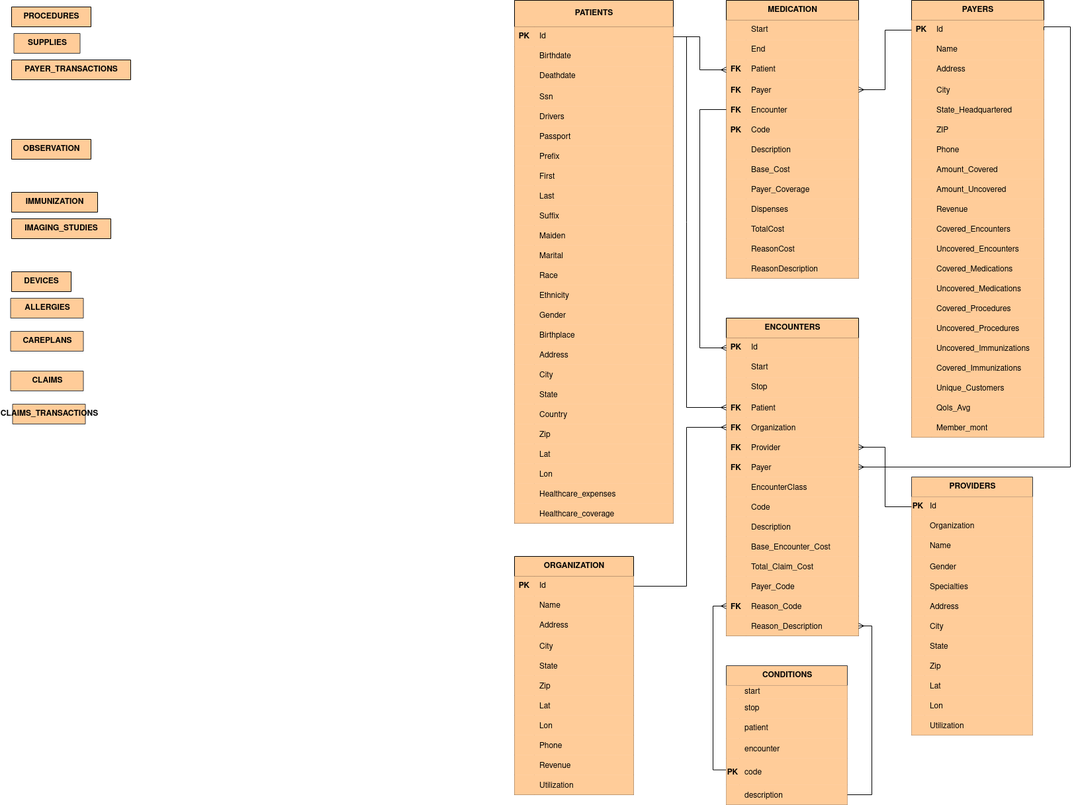
Earlier version of the draw.io export BigDataProject.drawio.png (UtsuroNoArashi/BigDataProject). Source tidied: cells renumbered, new cells last; positions are measured from the earlier drawing's top-left corner, leaving out a move shared by most shapes.
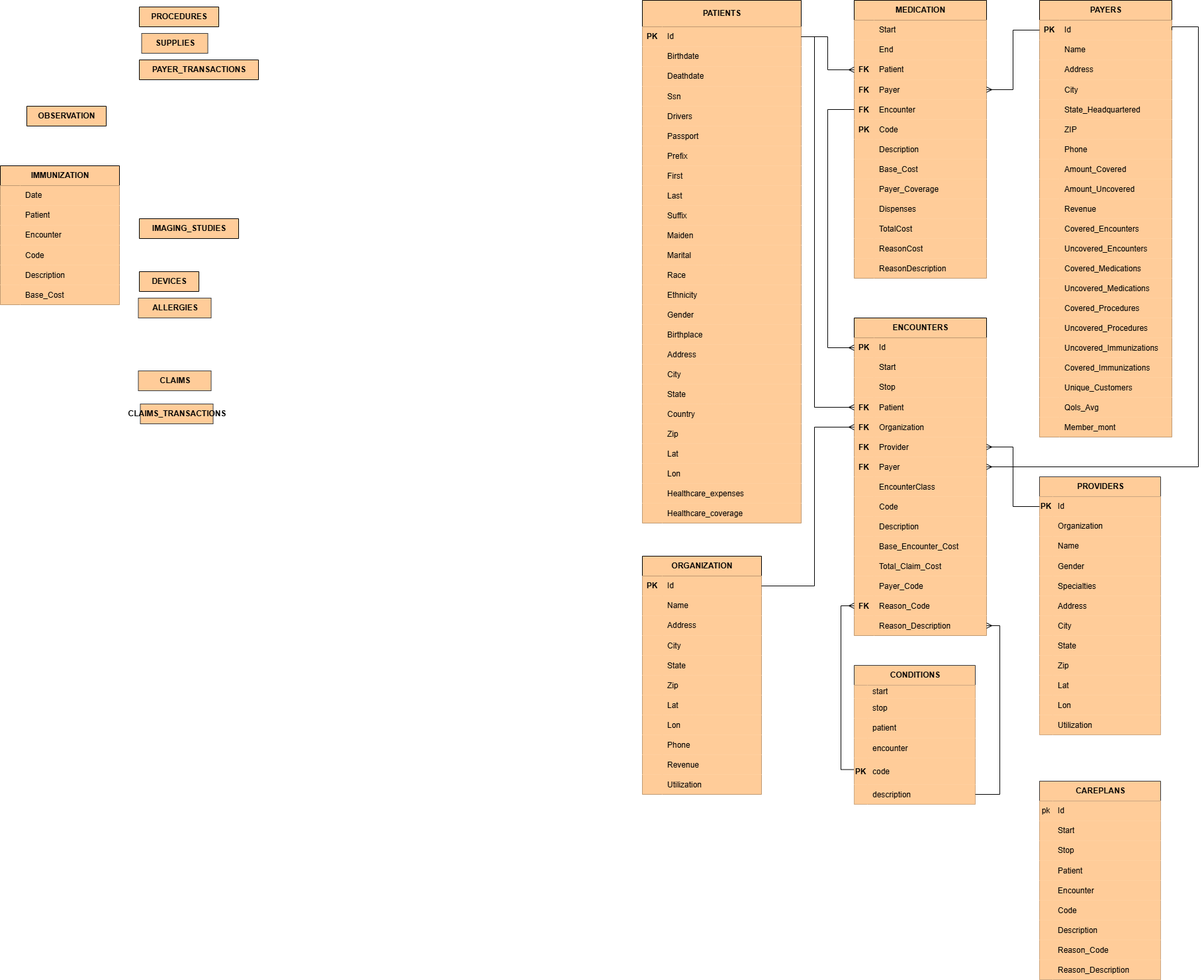
Above is the later version.

What changed in the source:
```diff
@@ -122,9 +122,90 @@
     <mxCell id="41" value="&lt;div&gt;PROCEDURES&lt;/div&gt;" style="shape=table;startSize=30;rowLines=0;fontStyle=1;align=center;html=1;fillColor=light-dark(#FFCC99,#B98351);strokeColor=default;fontColor=light-dark(#000000,#000000);" parent="1" vertex="1" collapsed="1">
       <mxGeometry x="2" y="10" width="120" height="30" as="geometry" />
     </mxCell>
-    <mxCell id="42" value="CAREPLANS" style="shape=table;startSize=30;rowLines=0;fontStyle=1;align=center;html=1;fillColor=light-dark(#FFCC99,#B98351);strokeColor=light-dark(#36393D,#DDE2E4);fontColor=light-dark(#000000,#000000);" parent="1" vertex="1" collapsed="1">
-      <mxGeometry x="0.5" y="500" width="110" height="30" as="geometry" />
+    <mxCell id="42" value="CAREPLANS" style="shape=table;startSize=30;rowLines=0;fontStyle=1;align=center;html=1;fillColor=light-dark(#FFCC99,#B98351);strokeColor=light-dark(#36393D,#DDE2E4);fontColor=light-dark(#000000,#000000);" parent="1" vertex="1">
+      <mxGeometry x="1362" y="1180" width="183" height="300" as="geometry" />
     </mxCell>
+    <mxCell id="338" style="shape=tableRow;horizontal=0;startSize=0;swimlaneHead=0;swimlaneBody=0;fillColor=light-dark(#FFCC99,#B98351);top=0;left=0;right=0;bottom=0;strokeColor=light-dark(#36393D,#DDE2E4);fontColor=light-dark(#000000,#000000);" parent="42" vertex="1">
+      <mxGeometry y="30" width="183" height="30" as="geometry" />
+    </mxCell>
+    <mxCell id="339" value="pk" style="shape=partialRectangle;fillColor=light-dark(#FFCC99,#B98351);top=0;left=0;bottom=0;right=0;overflow=hidden;whiteSpace=wrap;html=1;strokeColor=light-dark(#36393D,#DDE2E4);fontColor=light-dark(#000000,#000000);" parent="338" vertex="1">
+      <mxGeometry width="20" height="30" as="geometry" />
+    </mxCell>
+    <mxCell id="340" value="Id" style="shape=partialRectangle;fillColor=light-dark(#FFCC99,#B98351);top=0;left=0;bottom=0;right=0;align=left;spacingLeft=6;overflow=hidden;whiteSpace=wrap;html=1;strokeColor=default;fontColor=light-dark(#000000,#000000);" parent="338" vertex="1">
+      <mxGeometry x="20" width="163" height="30" as="geometry" />
+    </mxCell>
+    <mxCell id="341" style="shape=tableRow;horizontal=0;startSize=0;swimlaneHead=0;swimlaneBody=0;fillColor=light-dark(#FFCC99,#B98351);top=0;left=0;right=0;bottom=0;strokeColor=light-dark(#36393D,#DDE2E4);fontColor=light-dark(#000000,#000000);" parent="42" vertex="1">
+      <mxGeometry y="60" width="183" height="30" as="geometry" />
+    </mxCell>
+    <mxCell id="342" style="shape=partialRectangle;fillColor=light-dark(#FFCC99,#B98351);top=0;left=0;bottom=0;right=0;overflow=hidden;whiteSpace=wrap;html=1;strokeColor=light-dark(#36393D,#DDE2E4);fontColor=light-dark(#000000,#000000);" parent="341" vertex="1">
+      <mxGeometry width="20" height="30" as="geometry" />
+    </mxCell>
+    <mxCell id="343" value="Start" style="shape=partialRectangle;fillColor=light-dark(#FFCC99,#B98351);top=0;left=0;bottom=0;right=0;align=left;spacingLeft=6;overflow=hidden;whiteSpace=wrap;html=1;strokeColor=default;fontColor=light-dark(#000000,#000000);" parent="341" vertex="1">
+      <mxGeometry x="20" width="163" height="30" as="geometry" />
+    </mxCell>
+    <mxCell id="344" style="shape=tableRow;horizontal=0;startSize=0;swimlaneHead=0;swimlaneBody=0;fillColor=light-dark(#FFCC99,#B98351);top=0;left=0;right=0;bottom=0;strokeColor=light-dark(#36393D,#DDE2E4);fontColor=light-dark(#000000,#000000);" parent="42" vertex="1">
+      <mxGeometry y="90" width="183" height="30" as="geometry" />
+    </mxCell>
+    <mxCell id="345" style="shape=partialRectangle;fillColor=light-dark(#FFCC99,#B98351);top=0;left=0;bottom=0;right=0;overflow=hidden;whiteSpace=wrap;html=1;strokeColor=light-dark(#36393D,#DDE2E4);fontColor=light-dark(#000000,#000000);" parent="344" vertex="1">
+      <mxGeometry width="20" height="30" as="geometry" />
+    </mxCell>
+    <mxCell id="346" value="Stop" style="shape=partialRectangle;fillColor=light-dark(#FFCC99,#B98351);top=0;left=0;bottom=0;right=0;align=left;spacingLeft=6;overflow=hidden;whiteSpace=wrap;html=1;strokeColor=default;fontColor=light-dark(#000000,#000000);" parent="344" vertex="1">
+      <mxGeometry x="20" width="163" height="30" as="geometry" />
+    </mxCell>
+    <mxCell id="347" style="shape=tableRow;horizontal=0;startSize=0;swimlaneHead=0;swimlaneBody=0;fillColor=light-dark(#FFCC99,#B98351);top=0;left=0;right=0;bottom=0;strokeColor=light-dark(#36393D,#DDE2E4);fontColor=light-dark(#000000,#000000);" parent="42" vertex="1">
+      <mxGeometry y="120" width="183" height="30" as="geometry" />
+    </mxCell>
+    <mxCell id="348" style="shape=partialRectangle;fillColor=light-dark(#FFCC99,#B98351);top=0;left=0;bottom=0;right=0;overflow=hidden;strokeColor=light-dark(#36393D,#DDE2E4);fontColor=light-dark(#000000,#000000);" parent="347" vertex="1">
+      <mxGeometry width="20" height="30" as="geometry" />
+    </mxCell>
+    <mxCell id="349" value="Patient" style="shape=partialRectangle;fillColor=light-dark(#FFCC99,#B98351);top=0;left=0;bottom=0;right=0;align=left;spacingLeft=6;overflow=hidden;strokeColor=default;fontColor=light-dark(#000000,#000000);" parent="347" vertex="1">
+      <mxGeometry x="20" width="163" height="30" as="geometry" />
+    </mxCell>
+    <mxCell id="350" style="shape=tableRow;horizontal=0;startSize=0;swimlaneHead=0;swimlaneBody=0;fillColor=light-dark(#FFCC99,#B98351);top=0;left=0;right=0;bottom=0;strokeColor=light-dark(#36393D,#DDE2E4);fontColor=light-dark(#000000,#000000);" parent="42" vertex="1">
+      <mxGeometry y="150" width="183" height="30" as="geometry" />
+    </mxCell>
+    <mxCell id="351" style="shape=partialRectangle;fillColor=light-dark(#FFCC99,#B98351);top=0;left=0;bottom=0;right=0;overflow=hidden;strokeColor=light-dark(#36393D,#DDE2E4);fontColor=light-dark(#000000,#000000);" parent="350" vertex="1">
+      <mxGeometry width="20" height="30" as="geometry" />
+    </mxCell>
+    <mxCell id="352" value="Encounter" style="shape=partialRectangle;fillColor=light-dark(#FFCC99,#B98351);top=0;left=0;bottom=0;right=0;align=left;spacingLeft=6;overflow=hidden;strokeColor=default;fontColor=light-dark(#000000,#000000);" parent="350" vertex="1">
+      <mxGeometry x="20" width="163" height="30" as="geometry" />
+    </mxCell>
+    <mxCell id="353" style="shape=tableRow;horizontal=0;startSize=0;swimlaneHead=0;swimlaneBody=0;fillColor=light-dark(#FFCC99,#B98351);top=0;left=0;right=0;bottom=0;strokeColor=light-dark(#36393D,#DDE2E4);fontColor=light-dark(#000000,#000000);" parent="42" vertex="1">
+      <mxGeometry y="180" width="183" height="30" as="geometry" />
+    </mxCell>
+    <mxCell id="354" style="shape=partialRectangle;fillColor=light-dark(#FFCC99,#B98351);top=0;left=0;bottom=0;right=0;overflow=hidden;strokeColor=light-dark(#36393D,#DDE2E4);fontColor=light-dark(#000000,#000000);" parent="353" vertex="1">
+      <mxGeometry width="20" height="30" as="geometry" />
+    </mxCell>
+    <mxCell id="355" value="Code" style="shape=partialRectangle;fillColor=light-dark(#FFCC99,#B98351);top=0;left=0;bottom=0;right=0;align=left;spacingLeft=6;overflow=hidden;strokeColor=default;fontColor=light-dark(#000000,#000000);" parent="353" vertex="1">
+      <mxGeometry x="20" width="163" height="30" as="geometry" />
+    </mxCell>
+    <mxCell id="356" style="shape=tableRow;horizontal=0;startSize=0;swimlaneHead=0;swimlaneBody=0;fillColor=light-dark(#FFCC99,#B98351);top=0;left=0;right=0;bottom=0;fontColor=light-dark(#000000,#000000);" parent="42" vertex="1">
+      <mxGeometry y="210" width="183" height="30" as="geometry" />
+    </mxCell>
+    <mxCell id="357" value="    " style="shape=partialRectangle;fillColor=light-dark(#FFCC99,#B98351);top=0;left=0;bottom=0;right=0;overflow=hidden;fontColor=light-dark(#000000,#000000);" parent="356" vertex="1">
+      <mxGeometry width="20" height="30" as="geometry" />
+    </mxCell>
+    <mxCell id="358" value="Description" style="shape=partialRectangle;fillColor=light-dark(#FFCC99,#B98351);top=0;left=0;bottom=0;right=0;align=left;spacingLeft=6;overflow=hidden;fontColor=light-dark(#000000,#000000);" parent="356" vertex="1">
+      <mxGeometry x="20" width="163" height="30" as="geometry" />
+    </mxCell>
+    <mxCell id="359" style="shape=tableRow;horizontal=0;startSize=0;swimlaneHead=0;swimlaneBody=0;fillColor=light-dark(#FFCC99,#B98351);top=0;left=0;right=0;bottom=0;fontColor=light-dark(#000000,#000000);" parent="42" vertex="1">
+      <mxGeometry y="240" width="183" height="30" as="geometry" />
+    </mxCell>
+    <mxCell id="360" style="shape=partialRectangle;fillColor=light-dark(#FFCC99,#B98351);top=0;left=0;bottom=0;right=0;overflow=hidden;fontColor=light-dark(#000000,#000000);" parent="359" vertex="1">
+      <mxGeometry width="20" height="30" as="geometry" />
+    </mxCell>
+    <mxCell id="361" value="Reason_Code" style="shape=partialRectangle;fillColor=light-dark(#FFCC99,#B98351);top=0;left=0;bottom=0;right=0;align=left;spacingLeft=6;overflow=hidden;fontColor=light-dark(#000000,#000000);" parent="359" vertex="1">
+      <mxGeometry x="20" width="163" height="30" as="geometry" />
+    </mxCell>
+    <mxCell id="362" style="shape=tableRow;horizontal=0;startSize=0;swimlaneHead=0;swimlaneBody=0;fillColor=light-dark(#FFCC99,#B98351);top=0;left=0;right=0;bottom=0;fontColor=light-dark(#000000,#000000);" parent="42" vertex="1">
+      <mxGeometry y="270" width="183" height="30" as="geometry" />
+    </mxCell>
+    <mxCell id="363" style="shape=partialRectangle;fillColor=light-dark(#FFCC99,#B98351);top=0;left=0;bottom=0;right=0;overflow=hidden;fontColor=light-dark(#000000,#000000);" parent="362" vertex="1">
+      <mxGeometry width="20" height="30" as="geometry" />
+    </mxCell>
+    <mxCell id="364" value="Reason_Description" style="shape=partialRectangle;fillColor=light-dark(#FFCC99,#B98351);top=0;left=0;bottom=0;right=0;align=left;spacingLeft=6;overflow=hidden;fontColor=light-dark(#000000,#000000);" parent="362" vertex="1">
+      <mxGeometry x="20" width="163" height="30" as="geometry" />
+    </mxCell>
     <mxCell id="43" value="CLAIMS" style="shape=table;startSize=30;rowLines=0;fontStyle=1;align=center;html=1;fillColor=light-dark(#FFCC99,#B98351);strokeColor=light-dark(#36393D,#DDE2E4);fontColor=light-dark(#000000,#000000);" parent="1" vertex="1" collapsed="1">
       <mxGeometry x="0.5" y="560" width="110" height="30" as="geometry" />
     </mxCell>
@@ -654,7 +735,7 @@
       <mxGeometry x="30" width="150" height="30" as="geometry" />
     </mxCell>
     <mxCell id="219" value="OBSERVATION" style="shape=table;startSize=30;rowLines=0;fontStyle=1;align=center;html=1;fontColor=light-dark(#000000,#000000);fillColor=light-dark(#FFCC99,#B98351);" parent="1" vertex="1" collapsed="1">
-      <mxGeometry x="2" y="210" width="120" height="30" as="geometry" />
+      <mxGeometry x="-168" y="160" width="120" height="30" as="geometry" />
     </mxCell>
     <mxCell id="220" value="MEDICATION" style="shape=table;startSize=30;rowLines=0;fontStyle=1;align=center;html=1;fontColor=light-dark(#000000,#000000);fillColor=light-dark(#FFCC99,#B98351);" parent="1" vertex="1">
       <mxGeometry x="1082" width="200" height="420" as="geometry" />
@@ -779,9 +860,63 @@
     <mxCell id="260" value="CLAIMS_TRANSACTIONS" style="shape=table;startSize=30;rowLines=0;fontStyle=1;align=center;html=1;fillColor=light-dark(#FFCC99,#B98351);strokeColor=light-dark(#36393D,#DDE2E4);fontColor=light-dark(#000000,#000000);" parent="1" vertex="1" collapsed="1">
       <mxGeometry x="3.5" y="610" width="110" height="30" as="geometry" />
     </mxCell>
-    <mxCell id="261" value="IMMUNIZATION" style="shape=table;startSize=30;rowLines=0;fontStyle=1;align=center;html=1;fontColor=light-dark(#000000,#000000);fillColor=light-dark(#FFCC99,#B98351);" parent="1" vertex="1" collapsed="1">
-      <mxGeometry x="2" y="290" width="130" height="30" as="geometry" />
+    <mxCell id="261" value="IMMUNIZATION" style="shape=table;startSize=30;rowLines=0;fontStyle=1;align=center;html=1;fontColor=light-dark(#000000,#000000);fillColor=light-dark(#FFCC99,#B98351);" parent="1" vertex="1">
+      <mxGeometry x="-208" y="250" width="180" height="210" as="geometry" />
     </mxCell>
+    <mxCell id="365" style="shape=tableRow;horizontal=0;startSize=0;swimlaneHead=0;swimlaneBody=0;fillColor=light-dark(#FFCC99,#B98351);top=0;left=0;right=0;bottom=0;fontColor=light-dark(#000000,#000000);" parent="261" vertex="1">
+      <mxGeometry y="30" width="180" height="30" as="geometry" />
+    </mxCell>
+    <mxCell id="366" style="shape=partialRectangle;fillColor=light-dark(#FFCC99,#B98351);top=0;left=0;bottom=0;right=0;overflow=hidden;whiteSpace=wrap;html=1;fontColor=light-dark(#000000,#000000);" parent="365" vertex="1">
+      <mxGeometry width="30" height="30" as="geometry" />
+    </mxCell>
+    <mxCell id="367" value="Date" style="shape=partialRectangle;fillColor=light-dark(#FFCC99,#B98351);top=0;left=0;bottom=0;right=0;align=left;spacingLeft=6;overflow=hidden;whiteSpace=wrap;html=1;fontColor=light-dark(#000000,#000000);" parent="365" vertex="1">
+      <mxGeometry x="30" width="150" height="30" as="geometry" />
+    </mxCell>
+    <mxCell id="368" style="shape=tableRow;horizontal=0;startSize=0;swimlaneHead=0;swimlaneBody=0;fillColor=light-dark(#FFCC99,#B98351);top=0;left=0;right=0;bottom=0;fontColor=light-dark(#000000,#000000);" parent="261" vertex="1">
+      <mxGeometry y="60" width="180" height="30" as="geometry" />
+    </mxCell>
+    <mxCell id="369" style="shape=partialRectangle;fillColor=light-dark(#FFCC99,#B98351);top=0;left=0;bottom=0;right=0;overflow=hidden;whiteSpace=wrap;html=1;fontColor=light-dark(#000000,#000000);" parent="368" vertex="1">
+      <mxGeometry width="30" height="30" as="geometry" />
+    </mxCell>
+    <mxCell id="370" value="Patient" style="shape=partialRectangle;fillColor=light-dark(#FFCC99,#B98351);top=0;left=0;bottom=0;right=0;align=left;spacingLeft=6;overflow=hidden;whiteSpace=wrap;html=1;fontColor=light-dark(#000000,#000000);" parent="368" vertex="1">
+      <mxGeometry x="30" width="150" height="30" as="geometry" />
+    </mxCell>
+    <mxCell id="371" style="shape=tableRow;horizontal=0;startSize=0;swimlaneHead=0;swimlaneBody=0;fillColor=light-dark(#FFCC99,#B98351);top=0;left=0;right=0;bottom=0;fontColor=light-dark(#000000,#000000);" parent="261" vertex="1">
+      <mxGeometry y="90" width="180" height="30" as="geometry" />
+    </mxCell>
+    <mxCell id="372" style="shape=partialRectangle;fillColor=light-dark(#FFCC99,#B98351);top=0;left=0;bottom=0;right=0;overflow=hidden;whiteSpace=wrap;html=1;fontColor=light-dark(#000000,#000000);" parent="371" vertex="1">
+      <mxGeometry width="30" height="30" as="geometry" />
+    </mxCell>
+    <mxCell id="373" value="Encounter" style="shape=partialRectangle;fillColor=light-dark(#FFCC99,#B98351);top=0;left=0;bottom=0;right=0;align=left;spacingLeft=6;overflow=hidden;whiteSpace=wrap;html=1;fontColor=light-dark(#000000,#000000);" parent="371" vertex="1">
+      <mxGeometry x="30" width="150" height="30" as="geometry" />
+    </mxCell>
+    <mxCell id="374" style="shape=tableRow;horizontal=0;startSize=0;swimlaneHead=0;swimlaneBody=0;fillColor=light-dark(#FFCC99,#B98351);top=0;left=0;right=0;bottom=0;fontColor=light-dark(#000000,#000000);" parent="261" vertex="1">
+      <mxGeometry y="120" width="180" height="30" as="geometry" />
+    </mxCell>
+    <mxCell id="375" style="shape=partialRectangle;fillColor=light-dark(#FFCC99,#B98351);top=0;left=0;bottom=0;right=0;overflow=hidden;fontColor=light-dark(#000000,#000000);" parent="374" vertex="1">
+      <mxGeometry width="30" height="30" as="geometry" />
+    </mxCell>
+    <mxCell id="376" value="Code" style="shape=partialRectangle;fillColor=light-dark(#FFCC99,#B98351);top=0;left=0;bottom=0;right=0;align=left;spacingLeft=6;overflow=hidden;fontColor=light-dark(#000000,#000000);" parent="374" vertex="1">
+      <mxGeometry x="30" width="150" height="30" as="geometry" />
+    </mxCell>
+    <mxCell id="377" style="shape=tableRow;horizontal=0;startSize=0;swimlaneHead=0;swimlaneBody=0;fillColor=light-dark(#FFCC99,#B98351);top=0;left=0;right=0;bottom=0;fontColor=light-dark(#000000,#000000);" parent="261" vertex="1">
+      <mxGeometry y="150" width="180" height="30" as="geometry" />
+    </mxCell>
+    <mxCell id="378" style="shape=partialRectangle;fillColor=light-dark(#FFCC99,#B98351);top=0;left=0;bottom=0;right=0;overflow=hidden;fontColor=light-dark(#000000,#000000);" parent="377" vertex="1">
+      <mxGeometry width="30" height="30" as="geometry" />
+    </mxCell>
+    <mxCell id="379" value="Description" style="shape=partialRectangle;fillColor=light-dark(#FFCC99,#B98351);top=0;left=0;bottom=0;right=0;align=left;spacingLeft=6;overflow=hidden;fontColor=light-dark(#000000,#000000);" parent="377" vertex="1">
+      <mxGeometry x="30" width="150" height="30" as="geometry" />
+    </mxCell>
+    <mxCell id="380" style="shape=tableRow;horizontal=0;startSize=0;swimlaneHead=0;swimlaneBody=0;fillColor=light-dark(#FFCC99,#B98351);top=0;left=0;right=0;bottom=0;fontColor=light-dark(#000000,#000000);" parent="261" vertex="1">
+      <mxGeometry y="180" width="180" height="30" as="geometry" />
+    </mxCell>
+    <mxCell id="381" style="shape=partialRectangle;fillColor=light-dark(#FFCC99,#B98351);top=0;left=0;bottom=0;right=0;overflow=hidden;fontColor=light-dark(#000000,#000000);" parent="380" vertex="1">
+      <mxGeometry width="30" height="30" as="geometry" />
+    </mxCell>
+    <mxCell id="382" value="Base_Cost" style="shape=partialRectangle;fillColor=light-dark(#FFCC99,#B98351);top=0;left=0;bottom=0;right=0;align=left;spacingLeft=6;overflow=hidden;fontColor=light-dark(#000000,#000000);" parent="380" vertex="1">
+      <mxGeometry x="30" width="150" height="30" as="geometry" />
+    </mxCell>
     <mxCell id="262" value="&lt;div&gt;IMAGING_STUDIES&lt;/div&gt;" style="shape=table;startSize=30;rowLines=0;fontStyle=1;align=center;html=1;fillColor=light-dark(#FFCC99,#B98351);fontColor=light-dark(#000000,#000000);" parent="1" vertex="1" collapsed="1">
       <mxGeometry x="2" y="330" width="150" height="30" as="geometry" />
     </mxCell>
```
